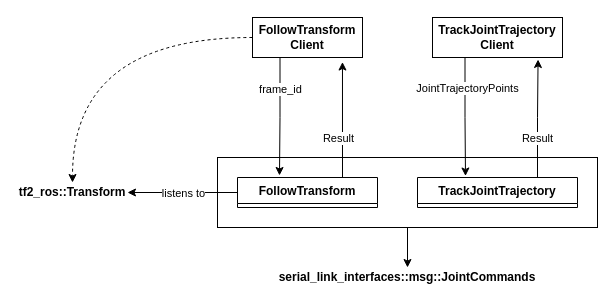
Before: page "FollowTransform Server" (2 of 10) of doc/ClassDiagrams.drawio in Woolfrey/server_serial_link, a draw.io diagram. Source tidied: cells renumbered, new cells numbered last; positions are measured from the earlier drawing's top-left corner, leaving out a move shared by most shapes. Both pictures are drawn from the tidied source at 100%, with x=0, y=0 at pixel (17, 17).
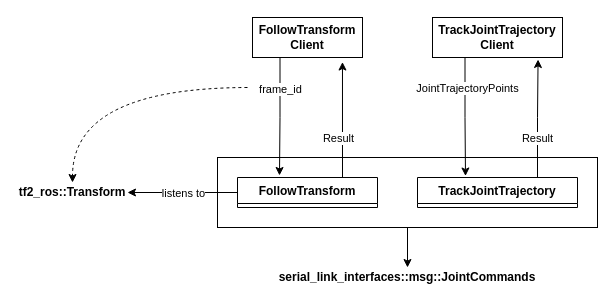
Above is the later version.

Unchanged cells that the change refers to:
```xml
<mxCell id="8" value="tf2_ros::Transform" style="text;html=1;strokeColor=none;fillColor=none;align=center;verticalAlign=middle;whiteSpace=wrap;rounded=0;fontStyle=1;" parent="1" vertex="1">
  <mxGeometry y="165" width="110" height="20" as="geometry" />
</mxCell>
<mxCell id="11" value="FollowTransform Client" style="rounded=0;whiteSpace=wrap;html=1;fontStyle=1;" parent="1" vertex="1">
  <mxGeometry x="235" width="110" height="40" as="geometry" />
</mxCell>
```

Diff of the diagram source:
```diff
@@
-    <mxCell id="10" style="edgeStyle=orthogonalEdgeStyle;rounded=0;jettySize=auto;html=1;entryX=0.5;entryY=0;entryDx=0;entryDy=0;curved=1;dashed=1;" parent="1" edge="1" source="11" target="8">
-      <mxGeometry relative="1" as="geometry" />
+    <mxCell id="10" style="edgeStyle=orthogonalEdgeStyle;rounded=0;jettySize=auto;html=1;entryX=0.5;entryY=0;entryDx=0;entryDy=0;curved=1;dashed=1;" parent="1" edge="1" target="8">
+      <mxGeometry relative="1" as="geometry">
+        <mxPoint x="230" y="70" as="sourcePoint" />
+      </mxGeometry>
     </mxCell>
```
